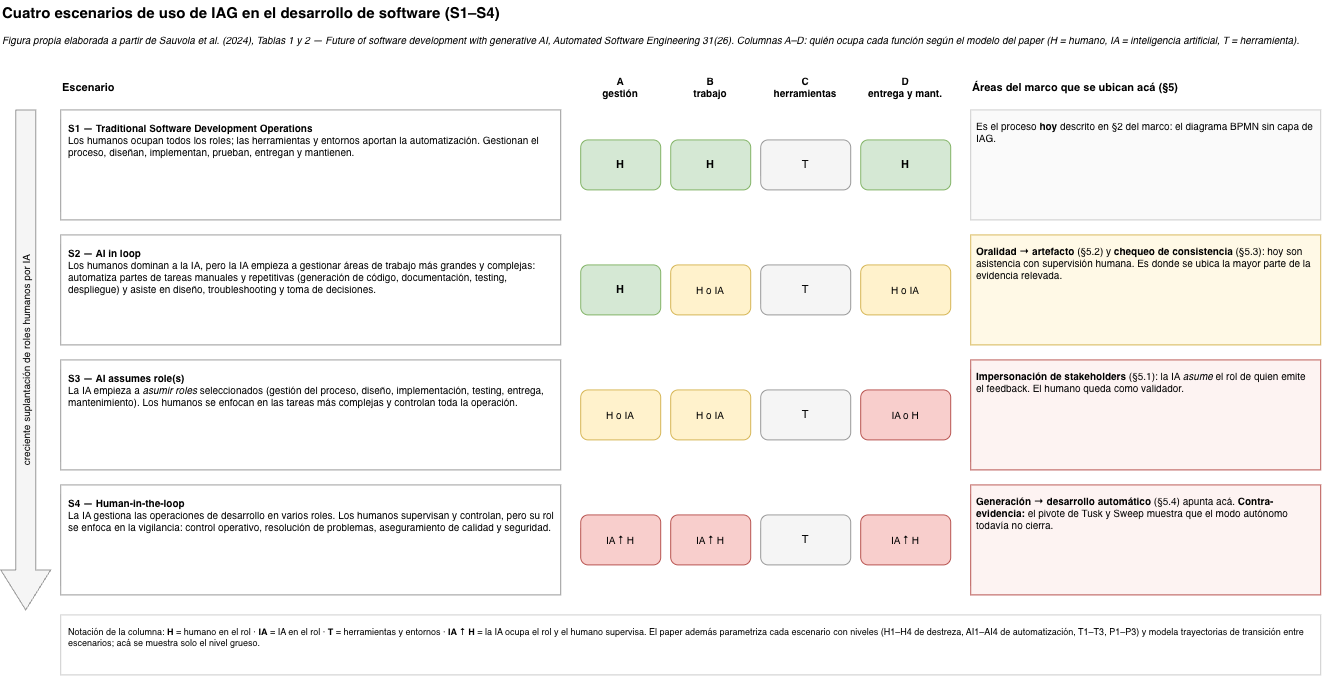
Before: sprint 15/diagramas/escenarios_s1_s4.png, a diagram exported from draw.io (vickychappuis/Tesis). Source tidied: cells renumbered, new cells last; positions are measured from the earlier drawing's top-left corner, leaving out a move shared by most shapes. Its diagram source:
```xml
<mxGraphModel>
  <root>
    <mxCell id="0" />
    <mxCell id="1" parent="0" />
    <mxCell id="2" value="Cuatro escenarios de uso de IAG en el desarrollo de software (S1–S4)" style="text;html=1;strokeColor=none;fillColor=none;align=left;verticalAlign=middle;fontSize=15;fontStyle=1;" parent="1" vertex="1">
      <mxGeometry width="900" height="26" as="geometry" />
    </mxCell>
    <mxCell id="3" value="Figura propia elaborada a partir de Sauvola et al. (2024), Tablas 1 y 2 — &lt;i&gt;Future of software development with generative AI&lt;/i&gt;, Automated Software Engineering 31(26). Columnas A–D: quién ocupa cada función según el modelo del paper (H = humano, IA = inteligencia artificial, T = herramienta)." style="text;html=1;whiteSpace=wrap;strokeColor=none;fillColor=none;align=left;verticalAlign=top;fontSize=10;fontStyle=2;" parent="1" vertex="1">
      <mxGeometry y="28" width="1320" height="34" as="geometry" />
    </mxCell>
    <mxCell id="4" value="Escenario" style="text;html=1;strokeColor=none;fillColor=none;align=left;verticalAlign=middle;fontSize=11;fontStyle=1;" parent="1" vertex="1">
      <mxGeometry x="60" y="76" width="200" height="24" as="geometry" />
    </mxCell>
    <mxCell id="5" value="A&lt;br&gt;gestión" style="text;html=1;whiteSpace=wrap;strokeColor=none;fillColor=none;align=center;verticalAlign=middle;fontSize=10;fontStyle=1;" parent="1" vertex="1">
      <mxGeometry x="580" y="72" width="80" height="30" as="geometry" />
    </mxCell>
    <mxCell id="6" value="B&lt;br&gt;trabajo" style="text;html=1;whiteSpace=wrap;strokeColor=none;fillColor=none;align=center;verticalAlign=middle;fontSize=10;fontStyle=1;" parent="1" vertex="1">
      <mxGeometry x="670" y="72" width="80" height="30" as="geometry" />
    </mxCell>
    <mxCell id="7" value="C&lt;br&gt;herramientas" style="text;html=1;whiteSpace=wrap;strokeColor=none;fillColor=none;align=center;verticalAlign=middle;fontSize=10;fontStyle=1;" parent="1" vertex="1">
      <mxGeometry x="760" y="72" width="90" height="30" as="geometry" />
    </mxCell>
    <mxCell id="8" value="D&lt;br&gt;entrega y mant." style="text;html=1;whiteSpace=wrap;strokeColor=none;fillColor=none;align=center;verticalAlign=middle;fontSize=10;fontStyle=1;" parent="1" vertex="1">
      <mxGeometry x="860" y="72" width="90" height="30" as="geometry" />
    </mxCell>
    <mxCell id="9" value="Áreas del marco que se ubican acá (§5)" style="text;html=1;strokeColor=none;fillColor=none;align=left;verticalAlign=middle;fontSize=11;fontStyle=1;" parent="1" vertex="1">
      <mxGeometry x="970" y="76" width="350" height="24" as="geometry" />
    </mxCell>
    <mxCell id="10" value="creciente suplantación de roles humanos por IA" style="shape=singleArrow;direction=south;whiteSpace=wrap;html=1;arrowWidth=0.4;arrowSize=0.08;fillColor=#F5F5F5;strokeColor=#999999;fontSize=10;horizontal=0;" parent="1" vertex="1">
      <mxGeometry y="110" width="50" height="500" as="geometry" />
    </mxCell>
    <mxCell id="11" value="&lt;b&gt;S1 — Traditional Software Development Operations&lt;/b&gt;&lt;br&gt;Los humanos ocupan todos los roles; las herramientas y entornos aportan la automatización. Gestionan el proceso, diseñan, implementan, prueban, entregan y mantienen." style="rounded=0;whiteSpace=wrap;html=1;fillColor=#FFFFFF;strokeColor=#999999;align=left;verticalAlign=top;spacing=8;fontSize=10;" parent="1" vertex="1">
      <mxGeometry x="60" y="110" width="500" height="110" as="geometry" />
    </mxCell>
    <mxCell id="12" value="H" style="rounded=1;whiteSpace=wrap;html=1;fillColor=#D5E8D4;strokeColor=#82B366;fontSize=11;fontStyle=1;" parent="1" vertex="1">
      <mxGeometry x="580" y="140" width="80" height="50" as="geometry" />
    </mxCell>
    <mxCell id="13" value="H" style="rounded=1;whiteSpace=wrap;html=1;fillColor=#D5E8D4;strokeColor=#82B366;fontSize=11;fontStyle=1;" parent="1" vertex="1">
      <mxGeometry x="670" y="140" width="80" height="50" as="geometry" />
    </mxCell>
    <mxCell id="14" value="T" style="rounded=1;whiteSpace=wrap;html=1;fillColor=#F5F5F5;strokeColor=#999999;fontSize=11;" parent="1" vertex="1">
      <mxGeometry x="760" y="140" width="90" height="50" as="geometry" />
    </mxCell>
    <mxCell id="15" value="H" style="rounded=1;whiteSpace=wrap;html=1;fillColor=#D5E8D4;strokeColor=#82B366;fontSize=11;fontStyle=1;" parent="1" vertex="1">
      <mxGeometry x="860" y="140" width="90" height="50" as="geometry" />
    </mxCell>
    <mxCell id="16" value="Es el proceso &lt;b&gt;hoy&lt;/b&gt; descrito en §2 del marco: el diagrama BPMN sin capa de IAG." style="text;html=1;whiteSpace=wrap;strokeColor=#CCCCCC;fillColor=#FAFAFA;align=left;verticalAlign=top;spacing=6;fontSize=10;" parent="1" vertex="1">
      <mxGeometry x="970" y="110" width="350" height="110" as="geometry" />
    </mxCell>
    <mxCell id="17" value="&lt;b&gt;S2 — AI in loop&lt;/b&gt;&lt;br&gt;Los humanos dominan a la IA, pero la IA empieza a gestionar áreas de trabajo más grandes y complejas: automatiza partes de tareas manuales y repetitivas (generación de código, documentación, testing, despliegue) y asiste en diseño, troubleshooting y toma de decisiones." style="rounded=0;whiteSpace=wrap;html=1;fillColor=#FFFFFF;strokeColor=#999999;align=left;verticalAlign=top;spacing=8;fontSize=10;" parent="1" vertex="1">
      <mxGeometry x="60" y="235" width="500" height="110" as="geometry" />
    </mxCell>
    <mxCell id="18" value="H" style="rounded=1;whiteSpace=wrap;html=1;fillColor=#D5E8D4;strokeColor=#82B366;fontSize=11;fontStyle=1;" parent="1" vertex="1">
      <mxGeometry x="580" y="265" width="80" height="50" as="geometry" />
    </mxCell>
    <mxCell id="19" value="H o IA" style="rounded=1;whiteSpace=wrap;html=1;fillColor=#FFF2CC;strokeColor=#D6B656;fontSize=10;" parent="1" vertex="1">
      <mxGeometry x="670" y="265" width="80" height="50" as="geometry" />
    </mxCell>
    <mxCell id="20" value="T" style="rounded=1;whiteSpace=wrap;html=1;fillColor=#F5F5F5;strokeColor=#999999;fontSize=11;" parent="1" vertex="1">
      <mxGeometry x="760" y="265" width="90" height="50" as="geometry" />
    </mxCell>
    <mxCell id="21" value="H o IA" style="rounded=1;whiteSpace=wrap;html=1;fillColor=#FFF2CC;strokeColor=#D6B656;fontSize=10;" parent="1" vertex="1">
      <mxGeometry x="860" y="265" width="90" height="50" as="geometry" />
    </mxCell>
    <mxCell id="22" value="&lt;b&gt;Oralidad → artefacto&lt;/b&gt; (§5.2) y &lt;b&gt;chequeo de consistencia&lt;/b&gt; (§5.3): hoy son asistencia con supervisión humana. Es donde se ubica la mayor parte de la evidencia relevada." style="text;html=1;whiteSpace=wrap;strokeColor=#D6B656;fillColor=#FFF9E6;align=left;verticalAlign=top;spacing=6;fontSize=10;" parent="1" vertex="1">
      <mxGeometry x="970" y="235" width="350" height="110" as="geometry" />
    </mxCell>
    <mxCell id="23" value="&lt;b&gt;S3 — AI assumes role(s)&lt;/b&gt;&lt;br&gt;La IA empieza a &lt;i&gt;asumir roles&lt;/i&gt; seleccionados (gestión del proceso, diseño, implementación, testing, entrega, mantenimiento). Los humanos se enfocan en las tareas más complejas y controlan toda la operación." style="rounded=0;whiteSpace=wrap;html=1;fillColor=#FFFFFF;strokeColor=#999999;align=left;verticalAlign=top;spacing=8;fontSize=10;" parent="1" vertex="1">
      <mxGeometry x="60" y="360" width="500" height="110" as="geometry" />
    </mxCell>
    <mxCell id="24" value="H o IA" style="rounded=1;whiteSpace=wrap;html=1;fillColor=#FFF2CC;strokeColor=#D6B656;fontSize=10;" parent="1" vertex="1">
      <mxGeometry x="580" y="390" width="80" height="50" as="geometry" />
    </mxCell>
    <mxCell id="25" value="H o IA" style="rounded=1;whiteSpace=wrap;html=1;fillColor=#FFF2CC;strokeColor=#D6B656;fontSize=10;" parent="1" vertex="1">
      <mxGeometry x="670" y="390" width="80" height="50" as="geometry" />
    </mxCell>
    <mxCell id="26" value="T" style="rounded=1;whiteSpace=wrap;html=1;fillColor=#F5F5F5;strokeColor=#999999;fontSize=11;" parent="1" vertex="1">
      <mxGeometry x="760" y="390" width="90" height="50" as="geometry" />
    </mxCell>
    <mxCell id="27" value="IA o H" style="rounded=1;whiteSpace=wrap;html=1;fillColor=#F8CECC;strokeColor=#B85450;fontSize=10;" parent="1" vertex="1">
      <mxGeometry x="860" y="390" width="90" height="50" as="geometry" />
    </mxCell>
    <mxCell id="28" value="&lt;b&gt;Impersonación de stakeholders&lt;/b&gt; (§5.1): la IA &lt;i&gt;asume&lt;/i&gt; el rol de quien emite el feedback. El humano queda como validador." style="text;html=1;whiteSpace=wrap;strokeColor=#B85450;fillColor=#FDF3F2;align=left;verticalAlign=top;spacing=6;fontSize=10;" parent="1" vertex="1">
      <mxGeometry x="970" y="360" width="350" height="110" as="geometry" />
    </mxCell>
    <mxCell id="29" value="&lt;b&gt;S4 — Human-in-the-loop&lt;/b&gt;&lt;br&gt;La IA gestiona las operaciones de desarrollo en varios roles. Los humanos supervisan y controlan, pero su rol se enfoca en la vigilancia: control operativo, resolución de problemas, aseguramiento de calidad y seguridad." style="rounded=0;whiteSpace=wrap;html=1;fillColor=#FFFFFF;strokeColor=#999999;align=left;verticalAlign=top;spacing=8;fontSize=10;" parent="1" vertex="1">
      <mxGeometry x="60" y="485" width="500" height="110" as="geometry" />
    </mxCell>
    <mxCell id="30" value="IA ↑ H" style="rounded=1;whiteSpace=wrap;html=1;fillColor=#F8CECC;strokeColor=#B85450;fontSize=10;" parent="1" vertex="1">
      <mxGeometry x="580" y="515" width="80" height="50" as="geometry" />
    </mxCell>
    <mxCell id="31" value="IA ↑ H" style="rounded=1;whiteSpace=wrap;html=1;fillColor=#F8CECC;strokeColor=#B85450;fontSize=10;" parent="1" vertex="1">
      <mxGeometry x="670" y="515" width="80" height="50" as="geometry" />
    </mxCell>
    <mxCell id="32" value="T" style="rounded=1;whiteSpace=wrap;html=1;fillColor=#F5F5F5;strokeColor=#999999;fontSize=11;" parent="1" vertex="1">
      <mxGeometry x="760" y="515" width="90" height="50" as="geometry" />
    </mxCell>
    <mxCell id="33" value="IA ↑ H" style="rounded=1;whiteSpace=wrap;html=1;fillColor=#F8CECC;strokeColor=#B85450;fontSize=10;" parent="1" vertex="1">
      <mxGeometry x="860" y="515" width="90" height="50" as="geometry" />
    </mxCell>
    <mxCell id="34" value="&lt;b&gt;Generación → desarrollo automático&lt;/b&gt; (§5.4) apunta acá. &lt;b&gt;Contra-evidencia:&lt;/b&gt; el pivote de Tusk y Sweep muestra que el modo autónomo todavía no cierra." style="text;html=1;whiteSpace=wrap;strokeColor=#B85450;fillColor=#FDF3F2;align=left;verticalAlign=top;spacing=6;fontSize=10;" parent="1" vertex="1">
      <mxGeometry x="970" y="485" width="350" height="110" as="geometry" />
    </mxCell>
    <mxCell id="35" value="Notación de la columna: &lt;b&gt;H&lt;/b&gt; = humano en el rol · &lt;b&gt;IA&lt;/b&gt; = IA en el rol · &lt;b&gt;T&lt;/b&gt; = herramientas y entornos · &lt;b&gt;IA ↑ H&lt;/b&gt; = la IA ocupa el rol y el humano supervisa. El paper además parametriza cada escenario con niveles (H1–H4 de destreza, AI1–AI4 de automatización, T1–T3, P1–P3) y modela trayectorias de transición entre escenarios; acá se muestra solo el nivel grueso." style="text;html=1;whiteSpace=wrap;strokeColor=#CCCCCC;fillColor=#FFFFFF;align=left;verticalAlign=top;spacing=8;fontSize=9;" parent="1" vertex="1">
      <mxGeometry x="60" y="615" width="1260" height="60" as="geometry" />
    </mxCell>
  </root>
</mxGraphModel>
```
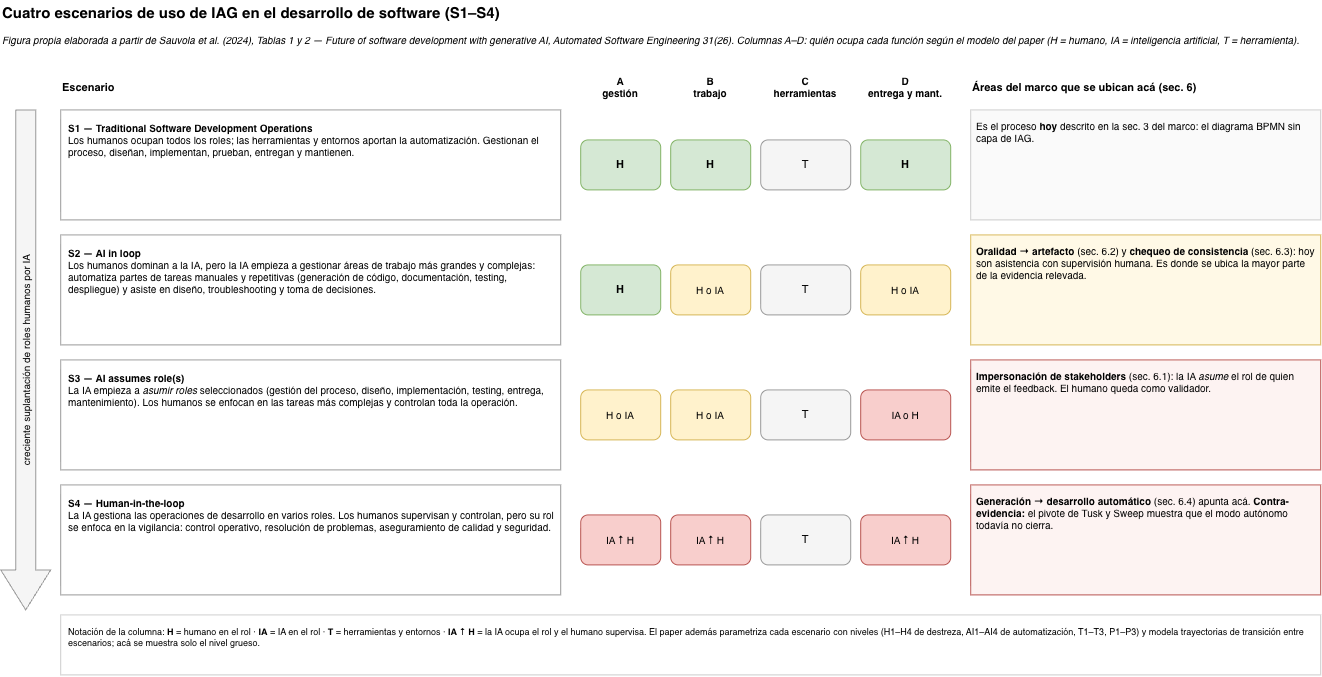
The same file after the commit.

Commit message:
sprint 15: re-exportar la figura de escenarios con la numeracion nueva y arreglar la tabla de roles

Change to the diagram source:
```diff
@@ -23,7 +23,7 @@
     <mxCell id="8" value="D&lt;br&gt;entrega y mant." style="text;html=1;whiteSpace=wrap;strokeColor=none;fillColor=none;align=center;verticalAlign=middle;fontSize=10;fontStyle=1;" parent="1" vertex="1">
       <mxGeometry x="860" y="72" width="90" height="30" as="geometry" />
     </mxCell>
-    <mxCell id="9" value="Áreas del marco que se ubican acá (§5)" style="text;html=1;strokeColor=none;fillColor=none;align=left;verticalAlign=middle;fontSize=11;fontStyle=1;" parent="1" vertex="1">
+    <mxCell id="9" value="Áreas del marco que se ubican acá (sec. 6)" style="text;html=1;strokeColor=none;fillColor=none;align=left;verticalAlign=middle;fontSize=11;fontStyle=1;" parent="1" vertex="1">
       <mxGeometry x="970" y="76" width="350" height="24" as="geometry" />
     </mxCell>
     <mxCell id="10" value="creciente suplantación de roles humanos por IA" style="shape=singleArrow;direction=south;whiteSpace=wrap;html=1;arrowWidth=0.4;arrowSize=0.08;fillColor=#F5F5F5;strokeColor=#999999;fontSize=10;horizontal=0;" parent="1" vertex="1">
@@ -44,7 +44,7 @@
     <mxCell id="15" value="H" style="rounded=1;whiteSpace=wrap;html=1;fillColor=#D5E8D4;strokeColor=#82B366;fontSize=11;fontStyle=1;" parent="1" vertex="1">
       <mxGeometry x="860" y="140" width="90" height="50" as="geometry" />
     </mxCell>
-    <mxCell id="16" value="Es el proceso &lt;b&gt;hoy&lt;/b&gt; descrito en §2 del marco: el diagrama BPMN sin capa de IAG." style="text;html=1;whiteSpace=wrap;strokeColor=#CCCCCC;fillColor=#FAFAFA;align=left;verticalAlign=top;spacing=6;fontSize=10;" parent="1" vertex="1">
+    <mxCell id="16" value="Es el proceso &lt;b&gt;hoy&lt;/b&gt; descrito en la sec. 3 del marco: el diagrama BPMN sin capa de IAG." style="text;html=1;whiteSpace=wrap;strokeColor=#CCCCCC;fillColor=#FAFAFA;align=left;verticalAlign=top;spacing=6;fontSize=10;" parent="1" vertex="1">
       <mxGeometry x="970" y="110" width="350" height="110" as="geometry" />
     </mxCell>
     <mxCell id="17" value="&lt;b&gt;S2 — AI in loop&lt;/b&gt;&lt;br&gt;Los humanos dominan a la IA, pero la IA empieza a gestionar áreas de trabajo más grandes y complejas: automatiza partes de tareas manuales y repetitivas (generación de código, documentación, testing, despliegue) y asiste en diseño, troubleshooting y toma de decisiones." style="rounded=0;whiteSpace=wrap;html=1;fillColor=#FFFFFF;strokeColor=#999999;align=left;verticalAlign=top;spacing=8;fontSize=10;" parent="1" vertex="1">
@@ -62,7 +62,7 @@
     <mxCell id="21" value="H o IA" style="rounded=1;whiteSpace=wrap;html=1;fillColor=#FFF2CC;strokeColor=#D6B656;fontSize=10;" parent="1" vertex="1">
       <mxGeometry x="860" y="265" width="90" height="50" as="geometry" />
     </mxCell>
-    <mxCell id="22" value="&lt;b&gt;Oralidad → artefacto&lt;/b&gt; (§5.2) y &lt;b&gt;chequeo de consistencia&lt;/b&gt; (§5.3): hoy son asistencia con supervisión humana. Es donde se ubica la mayor parte de la evidencia relevada." style="text;html=1;whiteSpace=wrap;strokeColor=#D6B656;fillColor=#FFF9E6;align=left;verticalAlign=top;spacing=6;fontSize=10;" parent="1" vertex="1">
+    <mxCell id="22" value="&lt;b&gt;Oralidad → artefacto&lt;/b&gt; (sec. 6.2) y &lt;b&gt;chequeo de consistencia&lt;/b&gt; (sec. 6.3): hoy son asistencia con supervisión humana. Es donde se ubica la mayor parte de la evidencia relevada." style="text;html=1;whiteSpace=wrap;strokeColor=#D6B656;fillColor=#FFF9E6;align=left;verticalAlign=top;spacing=6;fontSize=10;" parent="1" vertex="1">
       <mxGeometry x="970" y="235" width="350" height="110" as="geometry" />
     </mxCell>
     <mxCell id="23" value="&lt;b&gt;S3 — AI assumes role(s)&lt;/b&gt;&lt;br&gt;La IA empieza a &lt;i&gt;asumir roles&lt;/i&gt; seleccionados (gestión del proceso, diseño, implementación, testing, entrega, mantenimiento). Los humanos se enfocan en las tareas más complejas y controlan toda la operación." style="rounded=0;whiteSpace=wrap;html=1;fillColor=#FFFFFF;strokeColor=#999999;align=left;verticalAlign=top;spacing=8;fontSize=10;" parent="1" vertex="1">
@@ -80,7 +80,7 @@
     <mxCell id="27" value="IA o H" style="rounded=1;whiteSpace=wrap;html=1;fillColor=#F8CECC;strokeColor=#B85450;fontSize=10;" parent="1" vertex="1">
       <mxGeometry x="860" y="390" width="90" height="50" as="geometry" />
     </mxCell>
-    <mxCell id="28" value="&lt;b&gt;Impersonación de stakeholders&lt;/b&gt; (§5.1): la IA &lt;i&gt;asume&lt;/i&gt; el rol de quien emite el feedback. El humano queda como validador." style="text;html=1;whiteSpace=wrap;strokeColor=#B85450;fillColor=#FDF3F2;align=left;verticalAlign=top;spacing=6;fontSize=10;" parent="1" vertex="1">
+    <mxCell id="28" value="&lt;b&gt;Impersonación de stakeholders&lt;/b&gt; (sec. 6.1): la IA &lt;i&gt;asume&lt;/i&gt; el rol de quien emite el feedback. El humano queda como validador." style="text;html=1;whiteSpace=wrap;strokeColor=#B85450;fillColor=#FDF3F2;align=left;verticalAlign=top;spacing=6;fontSize=10;" parent="1" vertex="1">
       <mxGeometry x="970" y="360" width="350" height="110" as="geometry" />
     </mxCell>
     <mxCell id="29" value="&lt;b&gt;S4 — Human-in-the-loop&lt;/b&gt;&lt;br&gt;La IA gestiona las operaciones de desarrollo en varios roles. Los humanos supervisan y controlan, pero su rol se enfoca en la vigilancia: control operativo, resolución de problemas, aseguramiento de calidad y seguridad." style="rounded=0;whiteSpace=wrap;html=1;fillColor=#FFFFFF;strokeColor=#999999;align=left;verticalAlign=top;spacing=8;fontSize=10;" parent="1" vertex="1">
@@ -98,7 +98,7 @@
     <mxCell id="33" value="IA ↑ H" style="rounded=1;whiteSpace=wrap;html=1;fillColor=#F8CECC;strokeColor=#B85450;fontSize=10;" parent="1" vertex="1">
       <mxGeometry x="860" y="515" width="90" height="50" as="geometry" />
     </mxCell>
-    <mxCell id="34" value="&lt;b&gt;Generación → desarrollo automático&lt;/b&gt; (§5.4) apunta acá. &lt;b&gt;Contra-evidencia:&lt;/b&gt; el pivote de Tusk y Sweep muestra que el modo autónomo todavía no cierra." style="text;html=1;whiteSpace=wrap;strokeColor=#B85450;fillColor=#FDF3F2;align=left;verticalAlign=top;spacing=6;fontSize=10;" parent="1" vertex="1">
+    <mxCell id="34" value="&lt;b&gt;Generación → desarrollo automático&lt;/b&gt; (sec. 6.4) apunta acá. &lt;b&gt;Contra-evidencia:&lt;/b&gt; el pivote de Tusk y Sweep muestra que el modo autónomo todavía no cierra." style="text;html=1;whiteSpace=wrap;strokeColor=#B85450;fillColor=#FDF3F2;align=left;verticalAlign=top;spacing=6;fontSize=10;" parent="1" vertex="1">
       <mxGeometry x="970" y="485" width="350" height="110" as="geometry" />
     </mxCell>
     <mxCell id="35" value="Notación de la columna: &lt;b&gt;H&lt;/b&gt; = humano en el rol · &lt;b&gt;IA&lt;/b&gt; = IA en el rol · &lt;b&gt;T&lt;/b&gt; = herramientas y entornos · &lt;b&gt;IA ↑ H&lt;/b&gt; = la IA ocupa el rol y el humano supervisa. El paper además parametriza cada escenario con niveles (H1–H4 de destreza, AI1–AI4 de automatización, T1–T3, P1–P3) y modela trayectorias de transición entre escenarios; acá se muestra solo el nivel grueso." style="text;html=1;whiteSpace=wrap;strokeColor=#CCCCCC;fillColor=#FFFFFF;align=left;verticalAlign=top;spacing=8;fontSize=9;" parent="1" vertex="1">
```
